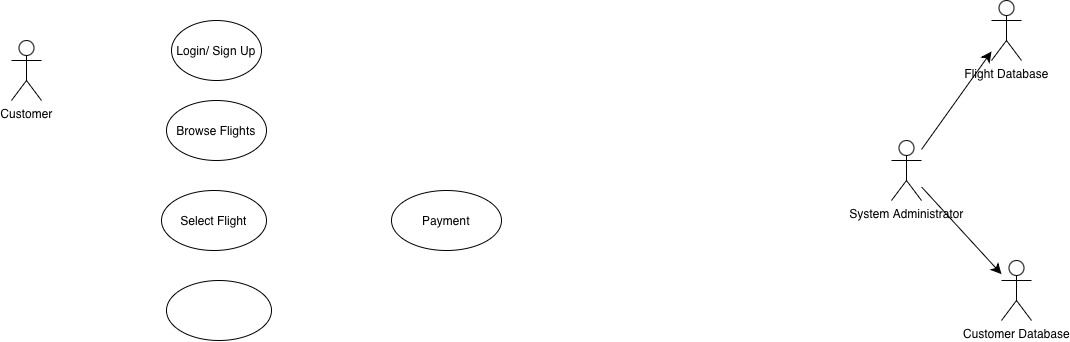
Above: SystemUseCaseDiagram.drawio.png in aditi-j25/Flight_Flow_Reservation_System (draw.io), before the change. Source tidied: cells renumbered, new cells last; positions are measured from the earlier drawing's top-left corner, leaving out a move shared by most shapes.
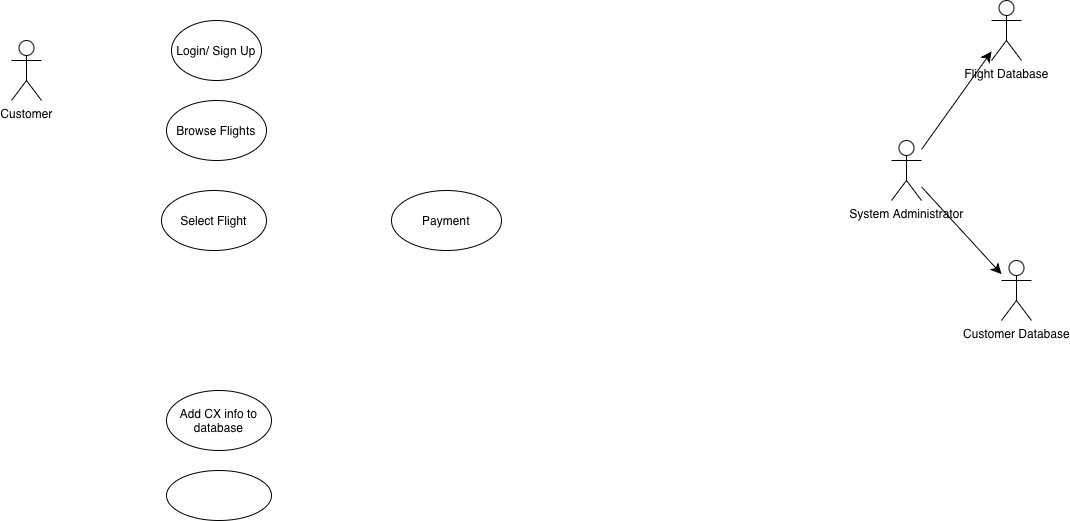
Later version of the same file.

Change to the diagram source:
```diff
@@ -26,8 +26,8 @@
     <mxCell id="9" style="edgeStyle=none;curved=1;rounded=0;jettySize=auto;html=1;fontSize=12;startSize=8;endSize=8;" parent="1" edge="1" source="7" target="4">
       <mxGeometry relative="1" as="geometry" />
     </mxCell>
-    <mxCell id="10" style="ellipse;whiteSpace=wrap;html=1;" parent="1" vertex="1">
-      <mxGeometry x="155" y="280" width="105" height="60" as="geometry" />
+    <mxCell id="10" value="Add CX info to database" style="ellipse;whiteSpace=wrap;html=1;" parent="1" vertex="1">
+      <mxGeometry x="155" y="390" width="105" height="60" as="geometry" />
     </mxCell>
     <mxCell id="11" value="Browse Flights" style="ellipse;whiteSpace=wrap;html=1;" parent="1" vertex="1">
       <mxGeometry x="155" y="100" width="100" height="60" as="geometry" />
@@ -35,5 +35,8 @@
     <mxCell id="12" value="Select Flight" style="ellipse;whiteSpace=wrap;html=1;" parent="1" vertex="1">
       <mxGeometry x="150" y="190" width="105" height="60" as="geometry" />
     </mxCell>
+    <mxCell id="13" style="ellipse;whiteSpace=wrap;html=1;" parent="1" vertex="1">
+      <mxGeometry x="155" y="470" width="105" height="50" as="geometry" />
+    </mxCell>
   </root>
 </mxGraphModel>
```
